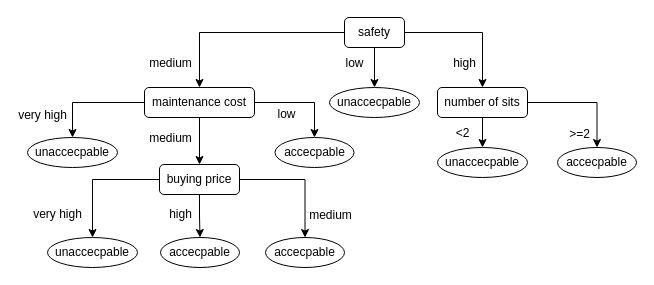
This is single-decision-tree.drawio from Zhang-Liao/draw-io, a draw.io file, before an edit. Source tidied: cells renumbered, new cells numbered last; positions are measured from the earlier drawing's top-left corner, leaving out a move shared by most shapes. Both pictures are drawn from the tidied source at 100%, with x=0, y=0 at pixel (27, 17).
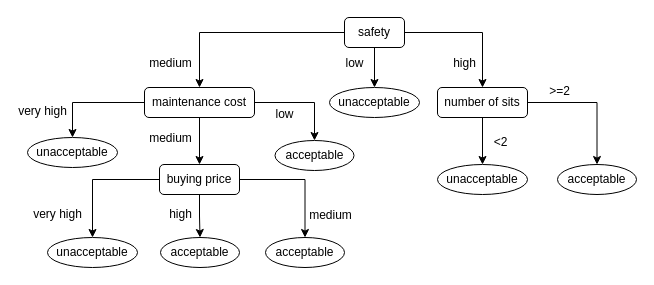
The same page after the edit.

The edit, as a diff of the source:
```diff
@@
-    <mxCell id="14" value="unaccecpable" style="ellipse;whiteSpace=wrap;html=1;" parent="1" vertex="1">
+    <mxCell id="14" value="unacceptable" style="ellipse;whiteSpace=wrap;html=1;" parent="1" vertex="1">
       <mxGeometry x="302" y="70" width="90" height="30" as="geometry" />
     </mxCell>
@@
-    <mxCell id="17" value="unaccecpable" style="ellipse;whiteSpace=wrap;html=1;" parent="1" vertex="1">
+    <mxCell id="17" value="unacceptable" style="ellipse;whiteSpace=wrap;html=1;" parent="1" vertex="1">
       <mxGeometry y="120" width="90" height="30" as="geometry" />
     </mxCell>
@@
-    <mxCell id="22" value="unaccecpable" style="ellipse;whiteSpace=wrap;html=1;" parent="1" vertex="1">
+    <mxCell id="22" value="unacceptable" style="ellipse;whiteSpace=wrap;html=1;" parent="1" vertex="1">
       <mxGeometry x="20" y="220" width="90" height="30" as="geometry" />
     </mxCell>
-    <mxCell id="23" value="accecpable" style="ellipse;whiteSpace=wrap;html=1;" parent="1" vertex="1">
+    <mxCell id="23" value="acceptable" style="ellipse;whiteSpace=wrap;html=1;" parent="1" vertex="1">
       <mxGeometry x="133" y="220" width="79" height="30" as="geometry" />
     </mxCell>
-    <mxCell id="24" value="accecpable" style="ellipse;whiteSpace=wrap;html=1;" parent="1" vertex="1">
+    <mxCell id="24" value="acceptable" style="ellipse;whiteSpace=wrap;html=1;" parent="1" vertex="1">
       <mxGeometry x="238" y="220" width="79" height="30" as="geometry" />
     </mxCell>
     <mxCell id="25" value="very high" style="edgeLabel;html=1;align=center;verticalAlign=middle;fontSize=12;" parent="1" vertex="1">
-      <mxGeometry x="45" y="111" as="geometry">
+      <mxGeometry x="45" y="107" as="geometry">
         <mxPoint x="-31" y="-14" as="offset" />
       </mxGeometry>
     </mxCell>
@@
-    <mxCell id="27" value="accecpable" style="ellipse;whiteSpace=wrap;html=1;" parent="1" vertex="1">
-      <mxGeometry x="247.5" y="120" width="79" height="30" as="geometry" />
+    <mxCell id="27" value="acceptable" style="ellipse;whiteSpace=wrap;html=1;" parent="1" vertex="1">
+      <mxGeometry x="247.5" y="123" width="79" height="30" as="geometry" />
     </mxCell>
@@
-    <mxCell id="29" value="accecpable" style="ellipse;whiteSpace=wrap;html=1;" parent="1" vertex="1">
-      <mxGeometry x="530" y="130" width="79" height="30" as="geometry" />
+    <mxCell id="29" value="acceptable" style="ellipse;whiteSpace=wrap;html=1;" parent="1" vertex="1">
+      <mxGeometry x="530" y="147" width="79" height="30" as="geometry" />
     </mxCell>
-    <mxCell id="30" value="unaccecpable" style="ellipse;whiteSpace=wrap;html=1;" parent="1" vertex="1">
-      <mxGeometry x="410" y="130" width="90" height="30" as="geometry" />
+    <mxCell id="30" value="unacceptable" style="ellipse;whiteSpace=wrap;html=1;" parent="1" vertex="1">
+      <mxGeometry x="410" y="147" width="90" height="30" as="geometry" />
     </mxCell>
     <mxCell id="31" value="&amp;lt;2" style="edgeLabel;html=1;align=center;verticalAlign=middle;fontSize=12;" parent="1" vertex="1">
-      <mxGeometry x="437" y="111" as="geometry">
+      <mxGeometry x="475" y="120" as="geometry">
         <mxPoint x="-3" y="4" as="offset" />
       </mxGeometry>
     </mxCell>
     <mxCell id="32" value="&amp;gt;=2" style="edgeLabel;html=1;align=center;verticalAlign=middle;fontSize=12;" parent="1" vertex="1">
-      <mxGeometry x="493" y="119" as="geometry">
+      <mxGeometry x="473" y="76" as="geometry">
         <mxPoint x="58" y="-3" as="offset" />
       </mxGeometry>
     </mxCell>
     <mxCell id="33" value="low" style="edgeLabel;html=1;align=center;verticalAlign=middle;fontSize=12;" parent="1" vertex="1">
-      <mxGeometry x="202" y="91" as="geometry">
+      <mxGeometry x="200" y="91" as="geometry">
         <mxPoint x="56" y="5" as="offset" />
       </mxGeometry>
     </mxCell>
```
